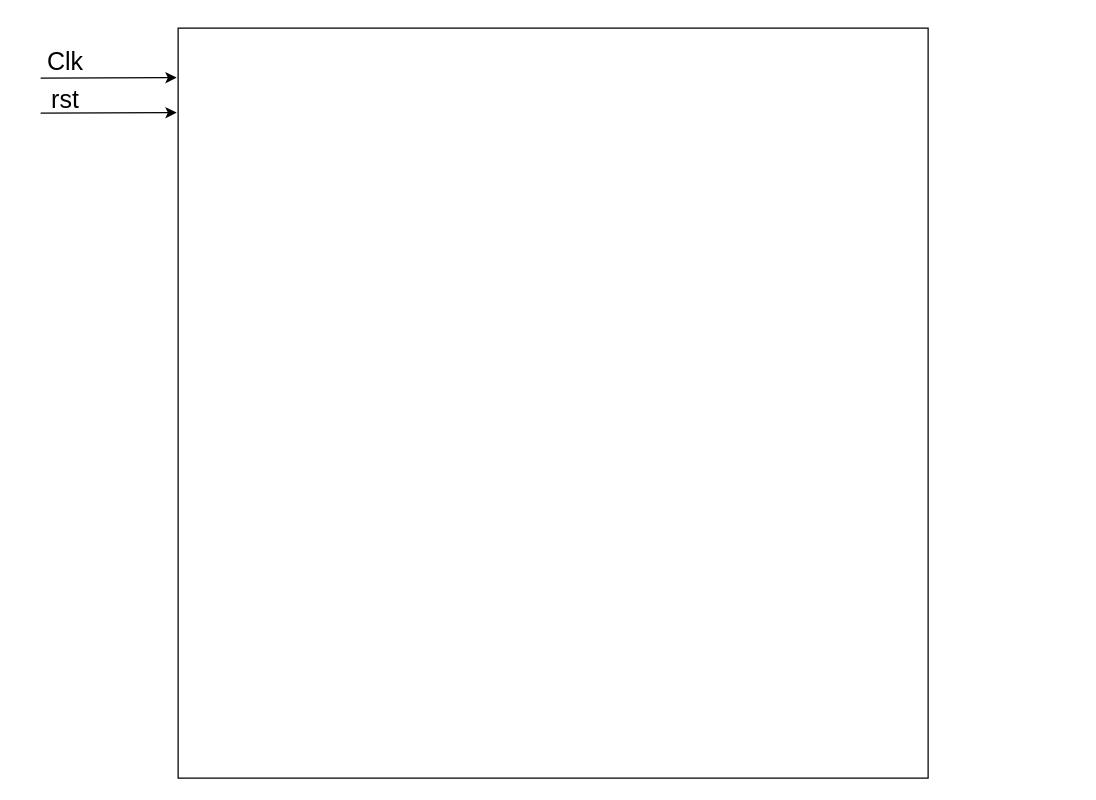
The draw.io diagram page "ID" (3 of 6) of VLSIHW1.drawio in yuchengwang1121/VLSI-System-Design, before the edit. Source tidied: cells renumbered, new cells numbered last; positions are measured from the earlier drawing's top-left corner, leaving out a move shared by most shapes. Both pictures are drawn from the tidied source at 125%, with x=0, y=0 at pixel (28, 28).
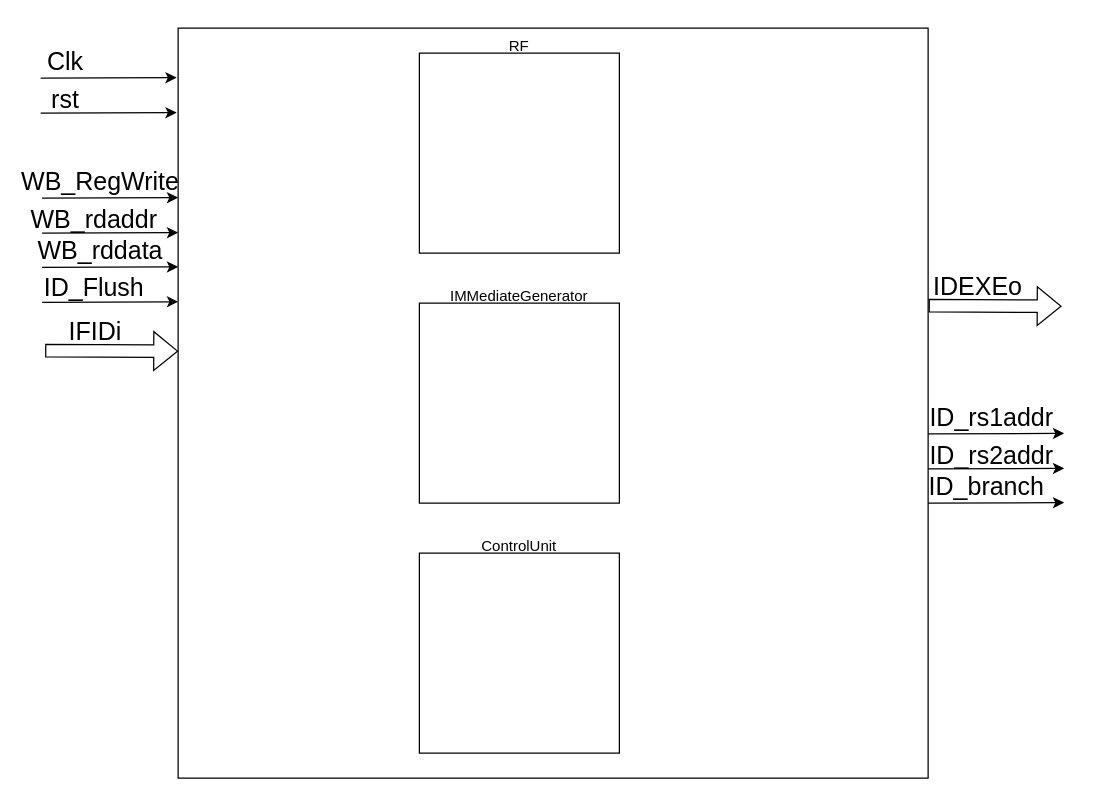
The same page after the edit.

Diff of the diagram source:
```diff
@@
+    <mxCell id="7" style="whiteSpace=wrap;html=1;fillColor=none;" parent="1" vertex="1">
+      <mxGeometry x="313" y="20" width="160" height="160" as="geometry" />
+    </mxCell>
+    <mxCell id="8" style="whiteSpace=wrap;html=1;fillColor=none;" parent="1" vertex="1">
+      <mxGeometry x="313" y="220" width="160" height="160" as="geometry" />
+    </mxCell>
+    <mxCell id="9" style="whiteSpace=wrap;html=1;fillColor=none;" parent="1" vertex="1">
+      <mxGeometry x="313" y="420" width="160" height="160" as="geometry" />
+    </mxCell>
+    <mxCell id="10" value="RF" style="text;html=1;strokeColor=none;fillColor=none;align=center;verticalAlign=middle;whiteSpace=wrap;rounded=0;" parent="1" vertex="1">
+      <mxGeometry x="363" width="60" height="30" as="geometry" />
+    </mxCell>
+    <mxCell id="11" value="IMMediateGenerator" style="text;html=1;strokeColor=none;fillColor=none;align=center;verticalAlign=middle;whiteSpace=wrap;rounded=0;" parent="1" vertex="1">
+      <mxGeometry x="363" y="200" width="60" height="30" as="geometry" />
+    </mxCell>
+    <mxCell id="12" value="ControlUnit" style="text;html=1;strokeColor=none;fillColor=none;align=center;verticalAlign=middle;whiteSpace=wrap;rounded=0;" parent="1" vertex="1">
+      <mxGeometry x="363" y="400" width="60" height="30" as="geometry" />
+    </mxCell>
+    <mxCell id="13" style="shape=flexArrow;endArrow=classic;html=1;rounded=0;fontSize=20;strokeWidth=1;entryX=-0.006;entryY=0.394;entryDx=0;entryDy=0;entryPerimeter=0;" parent="1" edge="1">
+      <mxGeometry relative="1" as="geometry">
+        <mxPoint x="13.6" y="258" as="sourcePoint" />
+        <mxPoint x="120" y="258.4" as="targetPoint" />
+      </mxGeometry>
+    </mxCell>
+    <mxCell id="14" value="&lt;font style=&quot;font-size: 20px;&quot;&gt;IFIDi&lt;/font&gt;" style="text;html=1;strokeColor=none;fillColor=none;align=center;verticalAlign=middle;whiteSpace=wrap;rounded=0;fontSize=40;" parent="1" vertex="1">
+      <mxGeometry x="23.6" y="220" width="60" height="30" as="geometry" />
+    </mxCell>
+    <mxCell id="15" style="endArrow=classic;html=1;rounded=0;fontSize=40;strokeWidth=1;entryX=-0.002;entryY=0.126;entryDx=0;entryDy=0;entryPerimeter=0;" parent="1" edge="1">
+      <mxGeometry relative="1" as="geometry">
+        <mxPoint x="11.2" y="136" as="sourcePoint" />
+        <mxPoint x="120" y="135.6" as="targetPoint" />
+      </mxGeometry>
+    </mxCell>
+    <mxCell id="16" style="endArrow=classic;html=1;rounded=0;fontSize=40;strokeWidth=1;entryX=-0.002;entryY=0.126;entryDx=0;entryDy=0;entryPerimeter=0;" parent="1" edge="1">
+      <mxGeometry relative="1" as="geometry">
+        <mxPoint x="11.2" y="164" as="sourcePoint" />
+        <mxPoint x="120" y="163.6" as="targetPoint" />
+      </mxGeometry>
+    </mxCell>
+    <mxCell id="17" value="&lt;font style=&quot;font-size: 20px;&quot;&gt;WB_rdaddr&lt;/font&gt;" style="text;html=1;strokeColor=none;fillColor=none;align=center;verticalAlign=middle;whiteSpace=wrap;rounded=0;fontSize=40;" parent="1" vertex="1">
+      <mxGeometry x="23" y="130" width="60" height="30" as="geometry" />
+    </mxCell>
+    <mxCell id="18" value="&lt;font style=&quot;font-size: 20px;&quot;&gt;WB_RegWrite&lt;/font&gt;" style="text;html=1;strokeColor=none;fillColor=none;align=center;verticalAlign=middle;whiteSpace=wrap;rounded=0;fontSize=40;" parent="1" vertex="1">
+      <mxGeometry x="28" y="100" width="60" height="30" as="geometry" />
+    </mxCell>
+    <mxCell id="19" style="endArrow=classic;html=1;rounded=0;fontSize=40;strokeWidth=1;entryX=-0.002;entryY=0.126;entryDx=0;entryDy=0;entryPerimeter=0;" parent="1" edge="1">
+      <mxGeometry relative="1" as="geometry">
+        <mxPoint x="11.2" y="191.4" as="sourcePoint" />
+        <mxPoint x="120" y="191" as="targetPoint" />
+      </mxGeometry>
+    </mxCell>
+    <mxCell id="20" style="endArrow=classic;html=1;rounded=0;fontSize=40;strokeWidth=1;entryX=-0.002;entryY=0.126;entryDx=0;entryDy=0;entryPerimeter=0;" parent="1" edge="1">
+      <mxGeometry relative="1" as="geometry">
+        <mxPoint x="11.2" y="219.4" as="sourcePoint" />
+        <mxPoint x="120" y="218.9" as="targetPoint" />
+      </mxGeometry>
+    </mxCell>
+    <mxCell id="21" value="&lt;font style=&quot;font-size: 20px;&quot;&gt;ID_Flush&lt;/font&gt;" style="text;html=1;strokeColor=none;fillColor=none;align=center;verticalAlign=middle;whiteSpace=wrap;rounded=0;fontSize=40;" parent="1" vertex="1">
+      <mxGeometry x="23" y="185.4" width="60" height="30" as="geometry" />
+    </mxCell>
+    <mxCell id="22" value="&lt;font style=&quot;font-size: 20px;&quot;&gt;WB_rddata&lt;/font&gt;" style="text;html=1;strokeColor=none;fillColor=none;align=center;verticalAlign=middle;whiteSpace=wrap;rounded=0;fontSize=40;" parent="1" vertex="1">
+      <mxGeometry x="28" y="155.4" width="60" height="30" as="geometry" />
+    </mxCell>
+    <mxCell id="23" style="shape=flexArrow;endArrow=classic;html=1;rounded=0;fontSize=20;strokeWidth=1;entryX=-0.006;entryY=0.394;entryDx=0;entryDy=0;entryPerimeter=0;" parent="1" edge="1">
+      <mxGeometry relative="1" as="geometry">
+        <mxPoint x="720.4" y="222" as="sourcePoint" />
+        <mxPoint x="826.8" y="222.5" as="targetPoint" />
+      </mxGeometry>
+    </mxCell>
+    <mxCell id="24" value="&lt;font style=&quot;font-size: 20px;&quot;&gt;IDEXEo&lt;/font&gt;" style="text;html=1;strokeColor=none;fillColor=none;align=center;verticalAlign=middle;whiteSpace=wrap;rounded=0;fontSize=40;" parent="1" vertex="1">
+      <mxGeometry x="730.4" y="184.1" width="60" height="30" as="geometry" />
+    </mxCell>
+    <mxCell id="25" style="endArrow=classic;html=1;rounded=0;fontSize=40;strokeWidth=1;entryX=-0.002;entryY=0.126;entryDx=0;entryDy=0;entryPerimeter=0;" parent="1" edge="1">
+      <mxGeometry relative="1" as="geometry">
+        <mxPoint x="720" y="324.6" as="sourcePoint" />
+        <mxPoint x="828.8" y="324.2" as="targetPoint" />
+      </mxGeometry>
+    </mxCell>
+    <mxCell id="26" style="endArrow=classic;html=1;rounded=0;fontSize=40;strokeWidth=1;entryX=-0.002;entryY=0.126;entryDx=0;entryDy=0;entryPerimeter=0;" parent="1" edge="1">
+      <mxGeometry relative="1" as="geometry">
+        <mxPoint x="720" y="352.6" as="sourcePoint" />
+        <mxPoint x="828.8" y="352.2" as="targetPoint" />
+      </mxGeometry>
+    </mxCell>
+    <mxCell id="27" value="&lt;font style=&quot;font-size: 20px;&quot;&gt;ID_rs2addr&lt;/font&gt;" style="text;html=1;strokeColor=none;fillColor=none;align=center;verticalAlign=middle;whiteSpace=wrap;rounded=0;fontSize=40;" parent="1" vertex="1">
+      <mxGeometry x="740.8" y="318.6" width="60" height="30" as="geometry" />
+    </mxCell>
+    <mxCell id="28" value="&lt;font style=&quot;font-size: 20px;&quot;&gt;ID_rs1addr&lt;/font&gt;" style="text;html=1;strokeColor=none;fillColor=none;align=center;verticalAlign=middle;whiteSpace=wrap;rounded=0;fontSize=40;" parent="1" vertex="1">
+      <mxGeometry x="740.8" y="288.6" width="60" height="30" as="geometry" />
+    </mxCell>
+    <mxCell id="29" style="endArrow=classic;html=1;rounded=0;fontSize=40;strokeWidth=1;entryX=-0.002;entryY=0.126;entryDx=0;entryDy=0;entryPerimeter=0;" parent="1" edge="1">
+      <mxGeometry relative="1" as="geometry">
+        <mxPoint x="720" y="380" as="sourcePoint" />
+        <mxPoint x="828.8" y="379.6" as="targetPoint" />
+      </mxGeometry>
+    </mxCell>
+    <mxCell id="30" value="&lt;font style=&quot;font-size: 20px;&quot;&gt;ID_branch&lt;/font&gt;" style="text;html=1;strokeColor=none;fillColor=none;align=center;verticalAlign=middle;whiteSpace=wrap;rounded=0;fontSize=40;" parent="1" vertex="1">
+      <mxGeometry x="736.8" y="344" width="60" height="30" as="geometry" />
+    </mxCell>
```
